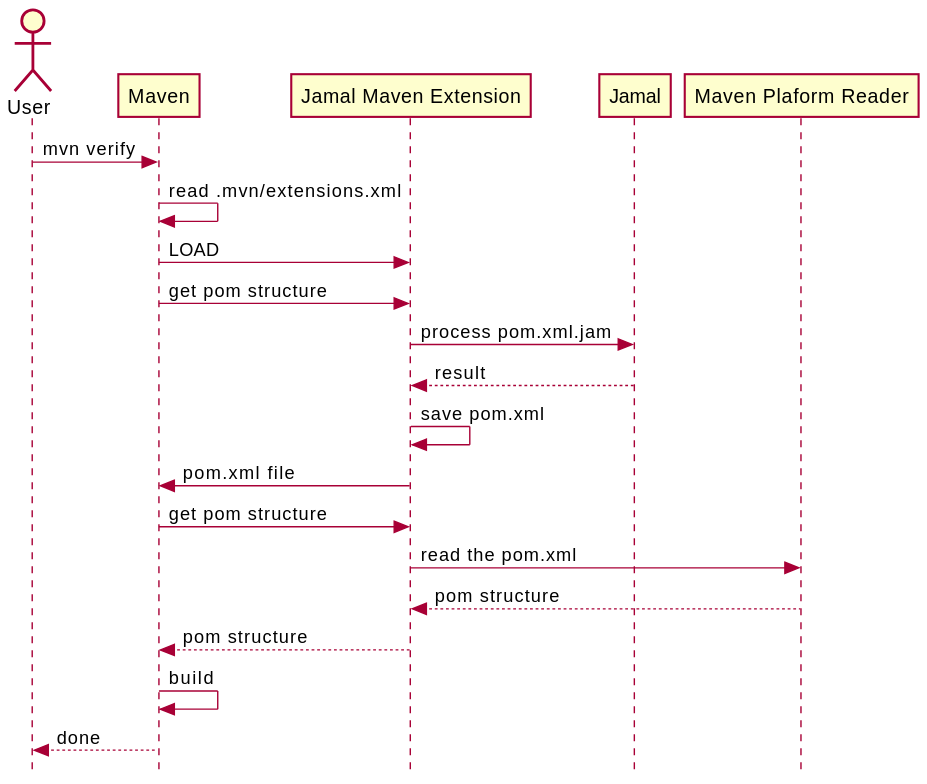
Before: jamal-maven-extension/call-sequence.svg, a diagram exported from PlantUML (verhas/jamal).
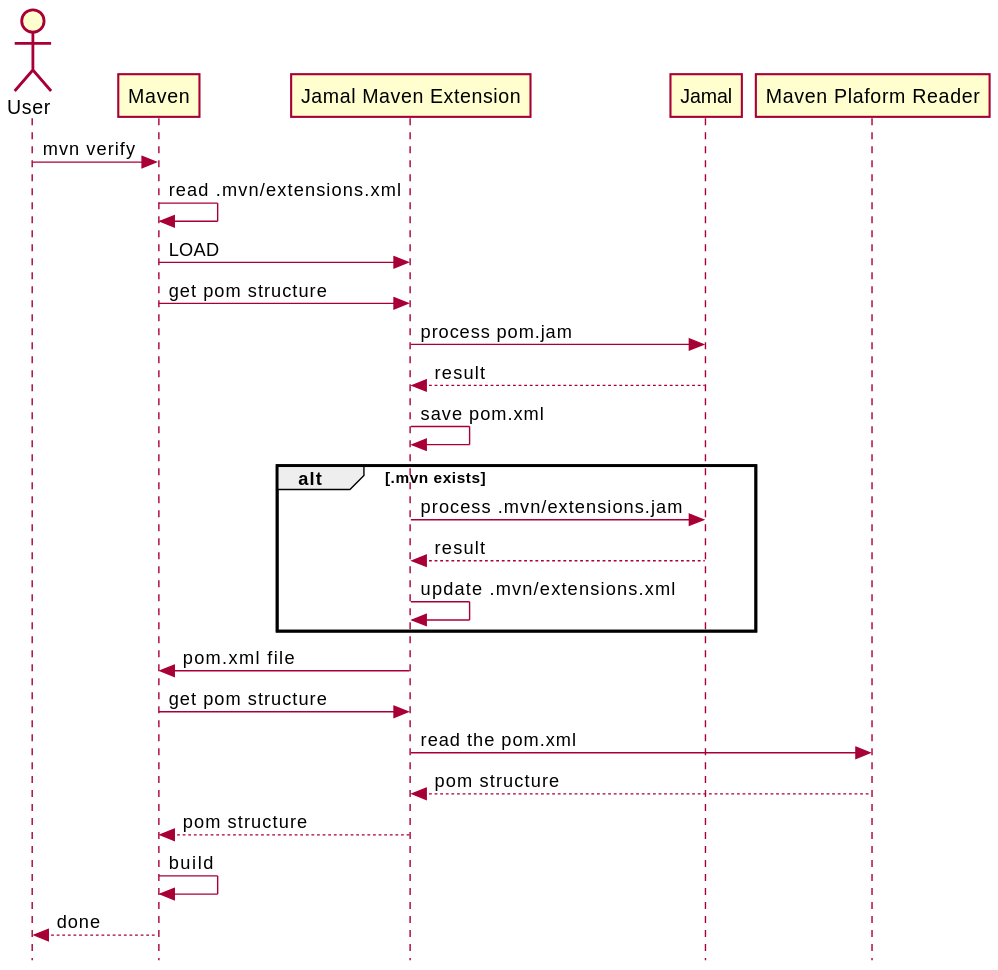
The same diagram one commit later.

The edit, as a diff of the source:
```diff
@@ -5,9 +5,14 @@
 Maven -> Maven : read .mvn/extensions.xml
 Maven -> "Jamal Maven Extension" : LOAD
 Maven -> "Jamal Maven Extension" : get pom structure
-"Jamal Maven Extension" -> Jamal : process pom.xml.jam
+"Jamal Maven Extension" -> Jamal : process pom.jam
 "Jamal Maven Extension" <-- Jamal : result
 "Jamal Maven Extension" -> "Jamal Maven Extension" : save pom.xml
+alt .mvn exists
+  "Jamal Maven Extension" -> Jamal : process .mvn/extensions.jam
+  "Jamal Maven Extension" <-- Jamal : result
+  "Jamal Maven Extension" -> "Jamal Maven Extension" : update .mvn/extensions.xml
+end
 Maven <- "Jamal Maven Extension" : pom.xml file
 Maven -> "Jamal Maven Extension" : get pom structure
 "Jamal Maven Extension" -> "Maven Plaform Reader" : read the pom.xml
```
